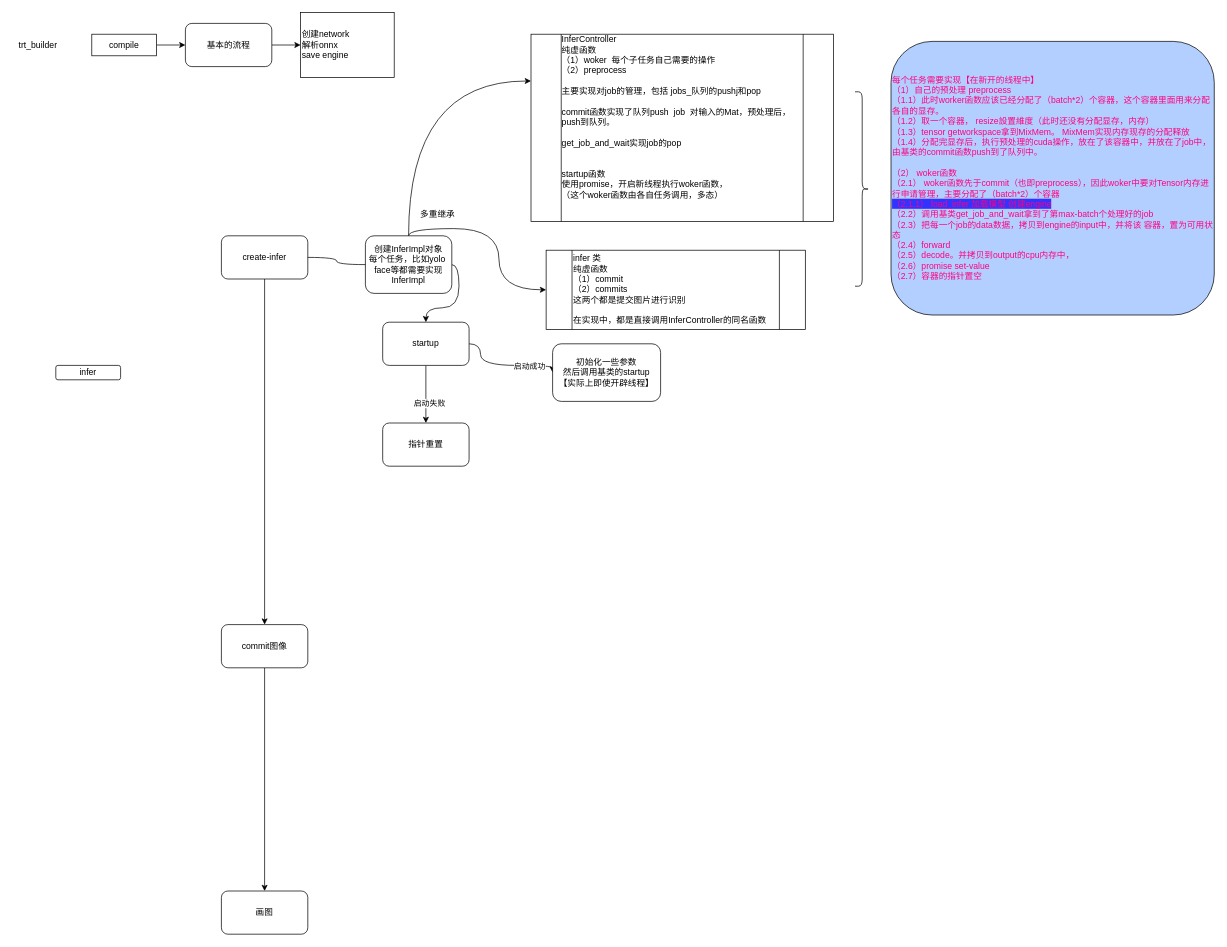
The draw.io diagram overview.drawio in BaofengZan/my_trt_pro, before the edit. Source tidied: cells renumbered, new cells numbered last; positions are measured from the earlier drawing's top-left corner, leaving out a move shared by most shapes. Both pictures are drawn from the tidied source at 72%, with x=0, y=0 at pixel (12, 12).
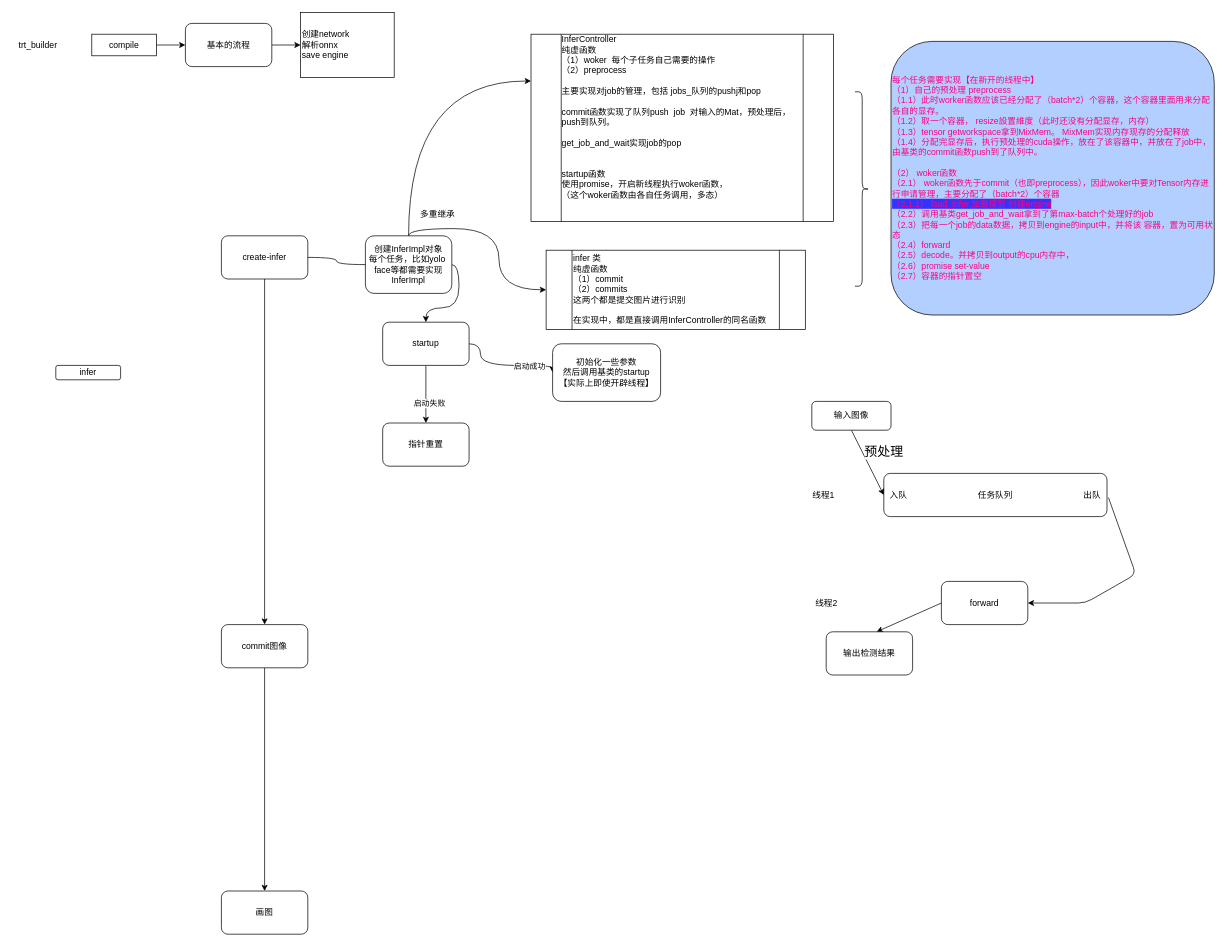
The same page after the edit.

What changed in the source:
```diff
@@
+    <mxCell id="31" value="任务队列" style="rounded=1;whiteSpace=wrap;html=1;" parent="1" vertex="1">
+      <mxGeometry x="1210" y="640" width="310" height="60" as="geometry" />
+    </mxCell>
+    <mxCell id="32" value="线程1" style="text;html=1;align=center;verticalAlign=middle;strokeColor=none;fillColor=none;" parent="1" vertex="1">
+      <mxGeometry x="1101" y="660" width="50" height="20" as="geometry" />
+    </mxCell>
+    <mxCell id="33" style="edgeStyle=none;html=1;exitX=0;exitY=0.5;exitDx=0;exitDy=0;" parent="1" edge="1" source="34">
+      <mxGeometry relative="1" as="geometry">
+        <mxPoint x="1200" y="860" as="targetPoint" />
+      </mxGeometry>
+    </mxCell>
+    <mxCell id="34" value="forward" style="rounded=1;whiteSpace=wrap;html=1;" parent="1" vertex="1">
+      <mxGeometry x="1290" y="790" width="120" height="60" as="geometry" />
+    </mxCell>
+    <mxCell id="35" value="线程2" style="text;html=1;align=center;verticalAlign=middle;strokeColor=none;fillColor=none;" parent="1" vertex="1">
+      <mxGeometry x="1105" y="810" width="50" height="20" as="geometry" />
+    </mxCell>
+    <mxCell id="36" value="&lt;font style=&quot;font-size: 18px&quot;&gt;预处理&lt;/font&gt;" style="edgeStyle=none;html=1;exitX=0.5;exitY=1;exitDx=0;exitDy=0;entryX=0;entryY=0.5;entryDx=0;entryDy=0;" parent="1" edge="1" source="37" target="31">
+      <mxGeometry x="-0.07" y="27" relative="1" as="geometry" />
+    </mxCell>
+    <mxCell id="37" value="输入图像" style="rounded=1;whiteSpace=wrap;html=1;" parent="1" vertex="1">
+      <mxGeometry x="1110" y="540" width="110" height="40" as="geometry" />
+    </mxCell>
+    <mxCell id="38" value="入队" style="text;html=1;align=center;verticalAlign=middle;strokeColor=none;fillColor=none;" parent="1" vertex="1">
+      <mxGeometry x="1210" y="660" width="40" height="20" as="geometry" />
+    </mxCell>
+    <mxCell id="39" style="edgeStyle=none;html=1;entryX=1;entryY=0.5;entryDx=0;entryDy=0;exitX=1.075;exitY=0.676;exitDx=0;exitDy=0;exitPerimeter=0;" parent="1" edge="1" source="40" target="34">
+      <mxGeometry relative="1" as="geometry">
+        <Array as="points">
+          <mxPoint x="1560" y="780" />
+          <mxPoint x="1490" y="820" />
+        </Array>
+      </mxGeometry>
+    </mxCell>
+    <mxCell id="40" value="出队" style="text;html=1;align=center;verticalAlign=middle;points=[];strokeColor=none;fillColor=none;" parent="1" vertex="1">
+      <mxGeometry x="1479" y="660" width="40" height="20" as="geometry" />
+    </mxCell>
+    <mxCell id="41" value="输出检测结果" style="rounded=1;whiteSpace=wrap;html=1;" parent="1" vertex="1">
+      <mxGeometry x="1130" y="860" width="120" height="60" as="geometry" />
+    </mxCell>
```
